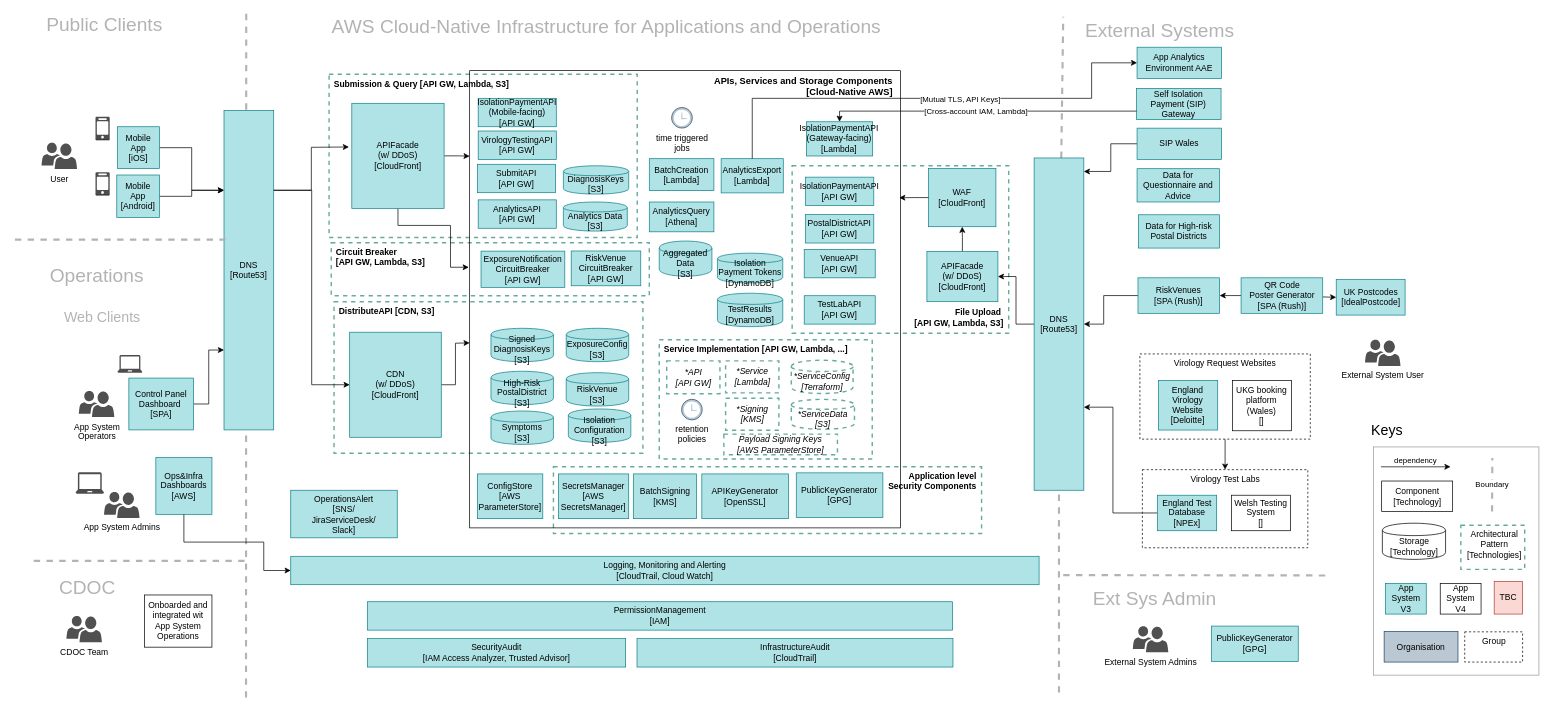
Above: doc/architecture/diagrams/cv19-app-system-cloud-infrastructure.drawio in ukhsa-collaboration/covid19-app-system-public (draw.io), before the change. Source tidied: cells renumbered, new cells numbered last; positions are measured from the earlier drawing's top-left corner, leaving out a move shared by most shapes. Both pictures are drawn from the tidied source at 71%, with x=0, y=0 at pixel (13, 13).
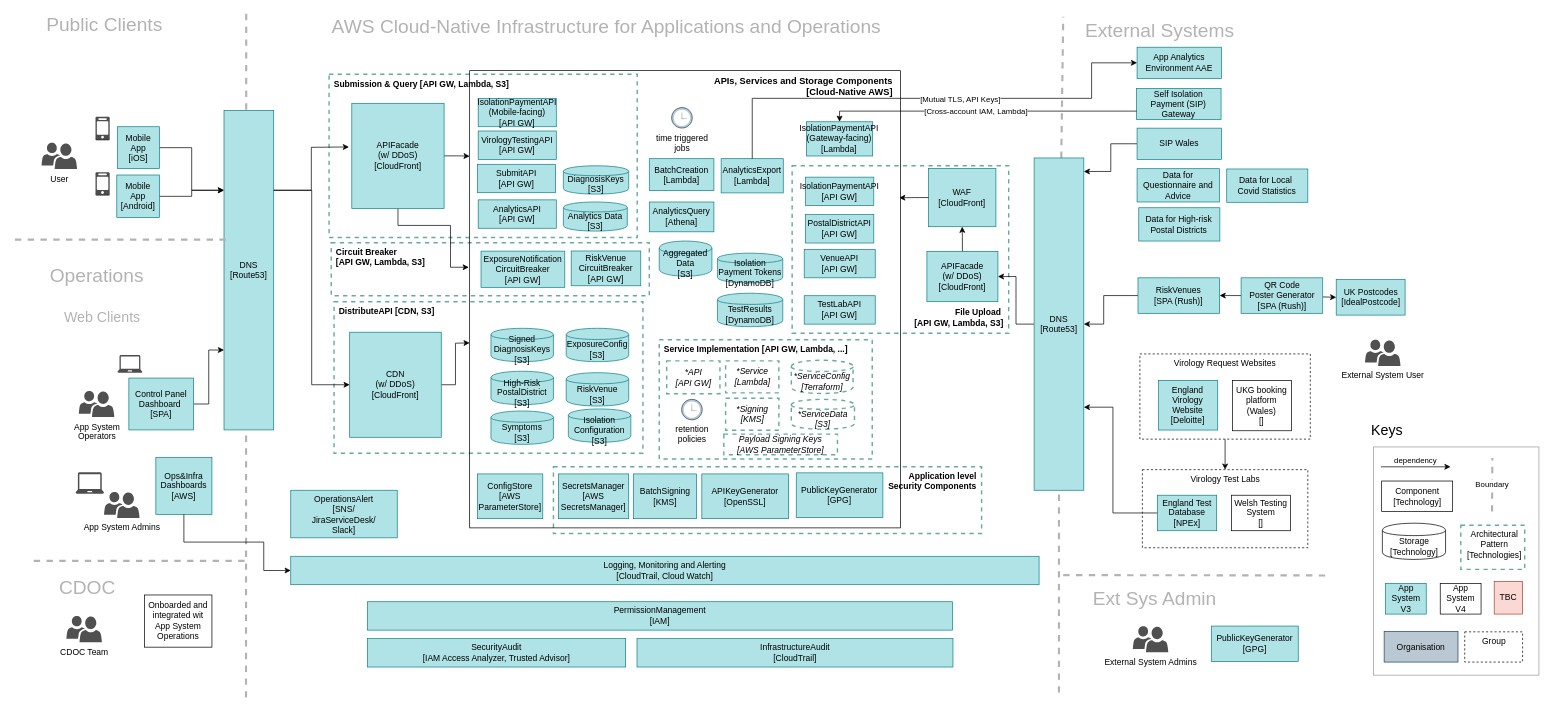
Above is the later version.

Diff of the diagram source:
```diff
@@
     <mxCell id="54" value="Data for High-risk &lt;br&gt;Postal Districts" style="whiteSpace=wrap;html=1;strokeColor=#0e8088;fontStyle=0;fillColor=#b0e3e6;" parent="1" vertex="1">
-      <mxGeometry x="1584.8" y="284" width="114.2" height="46.9" as="geometry" />
+      <mxGeometry x="1585.4" y="274.1" width="114.2" height="46.9" as="geometry" />
     </mxCell>
@@
+    <mxCell id="136" value="Data for Local&amp;nbsp;&lt;br&gt;Covid Statistics" style="whiteSpace=wrap;html=1;strokeColor=#0e8088;fontStyle=0;fillColor=#b0e3e6;" parent="1" vertex="1">
+      <mxGeometry x="1709.3" y="219.5" width="114.2" height="46.9" as="geometry" />
+    </mxCell>
```
